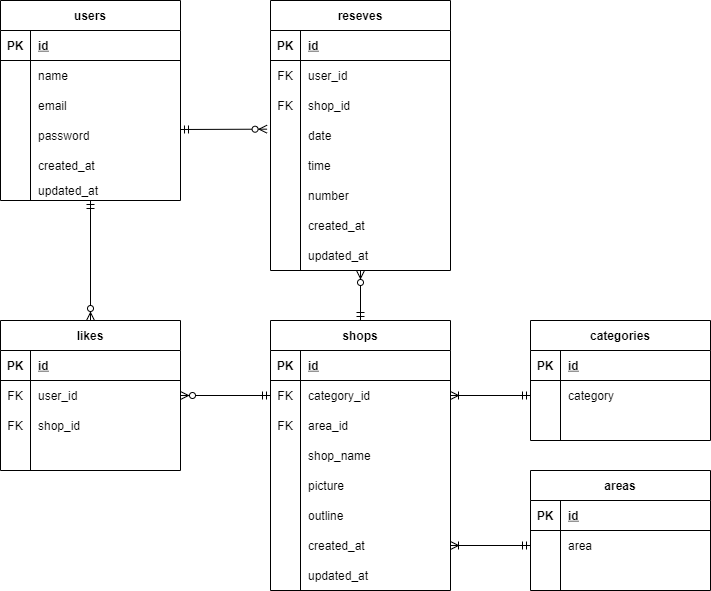
The draw.io diagram 20210920.drawio.png in ryo0709/20210920_er.png, before a commit. Source tidied: cells renumbered, new cells last; positions are measured from the earlier drawing's top-left corner, leaving out a move shared by most shapes.
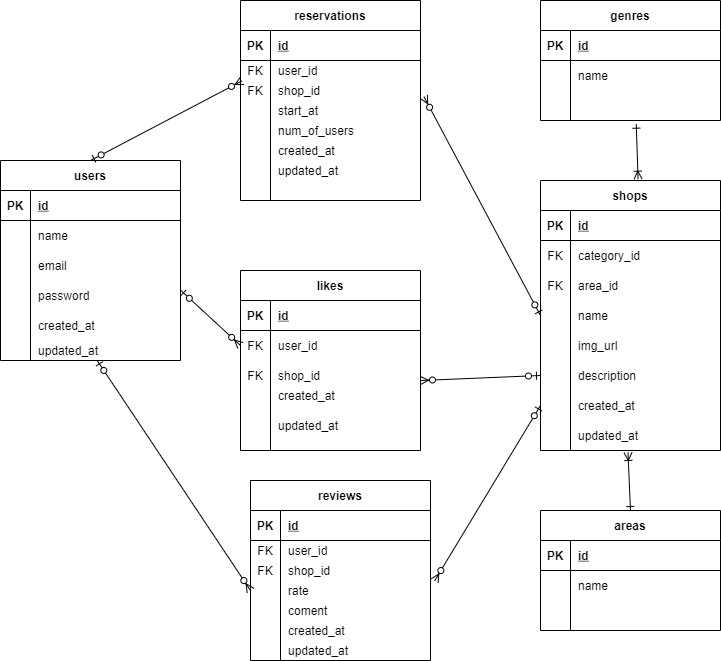
After the change.

Change to the diagram source:
```diff
@@ -5,3 +5,3 @@
     <mxCell id="2" value="users" style="shape=table;startSize=30;rowLines=0;fontStyle=1;align=center;" parent="1" vertex="1">
-      <mxGeometry width="180" height="200" as="geometry" />
+      <mxGeometry x="-10" y="160" width="180" height="200" as="geometry" />
     </mxCell>
@@ -61,4 +61,4 @@
     </mxCell>
-    <mxCell id="21" value="reseves" style="shape=table;startSize=30;rowLines=0;fontStyle=1;align=center;" parent="1" vertex="1">
-      <mxGeometry x="270" width="180" height="270" as="geometry" />
+    <mxCell id="21" value="reservations" style="shape=table;startSize=30;rowLines=0;fontStyle=1;align=center;" parent="1" vertex="1">
+      <mxGeometry x="230" width="180" height="200" as="geometry" />
     </mxCell>
@@ -74,66 +74,57 @@
     <mxCell id="25" style="shape=partialRectangle;fillColor=none;top=0;left=0;bottom=0;right=0;points=[[0,0.5],[1,0.5]];portConstraint=eastwest;" parent="21" vertex="1">
-      <mxGeometry y="60" width="180" height="30" as="geometry" />
+      <mxGeometry y="60" width="180" height="20" as="geometry" />
     </mxCell>
     <mxCell id="26" value="FK" style="shape=partialRectangle;fillColor=none;top=0;left=0;bottom=0;right=0;overflow=hidden;" parent="25" vertex="1">
-      <mxGeometry width="30" height="30" as="geometry" />
+      <mxGeometry width="30" height="20" as="geometry" />
     </mxCell>
     <mxCell id="27" value="user_id" style="shape=partialRectangle;fillColor=none;top=0;left=0;bottom=0;right=0;align=left;spacingLeft=6;overflow=hidden;" parent="25" vertex="1">
-      <mxGeometry x="30" width="150" height="30" as="geometry" />
+      <mxGeometry x="30" width="150" height="20" as="geometry" />
     </mxCell>
     <mxCell id="28" style="shape=partialRectangle;fillColor=none;top=0;left=0;bottom=0;right=0;" parent="21" vertex="1">
-      <mxGeometry y="90" width="180" height="30" as="geometry" />
+      <mxGeometry y="80" width="180" height="20" as="geometry" />
     </mxCell>
     <mxCell id="29" value="FK" style="shape=partialRectangle;fillColor=none;top=0;left=0;bottom=0;right=0;overflow=hidden;" parent="28" vertex="1">
-      <mxGeometry width="30" height="30" as="geometry" />
+      <mxGeometry width="30" height="20" as="geometry" />
     </mxCell>
     <mxCell id="30" value="shop_id" style="shape=partialRectangle;fillColor=none;top=0;left=0;bottom=0;right=0;align=left;spacingLeft=6;overflow=hidden;" parent="28" vertex="1">
-      <mxGeometry x="30" width="150" height="30" as="geometry" />
+      <mxGeometry x="30" width="150" height="20" as="geometry" />
     </mxCell>
     <mxCell id="31" style="shape=partialRectangle;fillColor=none;top=0;left=0;bottom=0;right=0;points=[[0,0.5],[1,0.5]];portConstraint=eastwest;" parent="21" vertex="1">
-      <mxGeometry y="120" width="180" height="30" as="geometry" />
+      <mxGeometry y="100" width="180" height="20" as="geometry" />
     </mxCell>
     <mxCell id="32" style="shape=partialRectangle;fillColor=none;top=0;left=0;bottom=0;right=0;overflow=hidden;" parent="31" vertex="1">
-      <mxGeometry width="30" height="30" as="geometry" />
+      <mxGeometry width="30" height="20" as="geometry" />
     </mxCell>
-    <mxCell id="33" value="date" style="shape=partialRectangle;fillColor=none;top=0;left=0;bottom=0;right=0;align=left;spacingLeft=6;overflow=hidden;" parent="31" vertex="1">
-      <mxGeometry x="30" width="150" height="30" as="geometry" />
+    <mxCell id="33" value="start_at" style="shape=partialRectangle;fillColor=none;top=0;left=0;bottom=0;right=0;align=left;spacingLeft=6;overflow=hidden;" parent="31" vertex="1">
+      <mxGeometry x="30" width="150" height="20" as="geometry" />
     </mxCell>
     <mxCell id="34" style="shape=partialRectangle;fillColor=none;top=0;left=0;bottom=0;right=0;" parent="21" vertex="1">
-      <mxGeometry y="150" width="180" height="30" as="geometry" />
+      <mxGeometry y="120" width="180" height="20" as="geometry" />
     </mxCell>
     <mxCell id="35" style="shape=partialRectangle;fillColor=none;top=0;left=0;bottom=0;right=0;overflow=hidden;" parent="34" vertex="1">
-      <mxGeometry width="30" height="30" as="geometry" />
+      <mxGeometry width="30" height="20" as="geometry" />
     </mxCell>
-    <mxCell id="36" value="time" style="shape=partialRectangle;fillColor=none;top=0;left=0;bottom=0;right=0;align=left;spacingLeft=6;overflow=hidden;" parent="34" vertex="1">
-      <mxGeometry x="30" width="150" height="30" as="geometry" />
+    <mxCell id="36" value="num_of_users" style="shape=partialRectangle;fillColor=none;top=0;left=0;bottom=0;right=0;align=left;spacingLeft=6;overflow=hidden;" parent="34" vertex="1">
+      <mxGeometry x="30" width="150" height="20" as="geometry" />
     </mxCell>
-    <mxCell id="37" style="shape=partialRectangle;fillColor=none;top=0;left=0;bottom=0;right=0;" parent="21" vertex="1">
-      <mxGeometry y="180" width="180" height="30" as="geometry" />
-    </mxCell>
-    <mxCell id="38" style="shape=partialRectangle;fillColor=none;top=0;left=0;bottom=0;right=0;overflow=hidden;" parent="37" vertex="1">
-      <mxGeometry width="30" height="30" as="geometry" />
-    </mxCell>
-    <mxCell id="39" value="number" style="shape=partialRectangle;fillColor=none;top=0;left=0;bottom=0;right=0;align=left;spacingLeft=6;overflow=hidden;" parent="37" vertex="1">
-      <mxGeometry x="30" width="150" height="30" as="geometry" />
-    </mxCell>
     <mxCell id="40" style="shape=partialRectangle;fillColor=none;top=0;left=0;bottom=0;right=0;" parent="21" vertex="1">
-      <mxGeometry y="210" width="180" height="30" as="geometry" />
+      <mxGeometry y="140" width="180" height="20" as="geometry" />
     </mxCell>
     <mxCell id="41" style="shape=partialRectangle;fillColor=none;top=0;left=0;bottom=0;right=0;overflow=hidden;" parent="40" vertex="1">
-      <mxGeometry width="30" height="30" as="geometry" />
+      <mxGeometry width="30" height="20" as="geometry" />
     </mxCell>
     <mxCell id="42" value="created_at" style="shape=partialRectangle;fillColor=none;top=0;left=0;bottom=0;right=0;align=left;spacingLeft=6;overflow=hidden;" parent="40" vertex="1">
-      <mxGeometry x="30" width="150" height="30" as="geometry" />
+      <mxGeometry x="30" width="150" height="20" as="geometry" />
     </mxCell>
     <mxCell id="43" style="shape=partialRectangle;fillColor=none;top=0;left=0;bottom=0;right=0;" parent="21" vertex="1">
-      <mxGeometry y="240" width="180" height="30" as="geometry" />
+      <mxGeometry y="160" width="180" height="20" as="geometry" />
     </mxCell>
     <mxCell id="44" style="shape=partialRectangle;fillColor=none;top=0;left=0;bottom=0;right=0;overflow=hidden;" parent="43" vertex="1">
-      <mxGeometry width="30" height="30" as="geometry" />
+      <mxGeometry width="30" height="20" as="geometry" />
     </mxCell>
     <mxCell id="45" value="updated_at" style="shape=partialRectangle;fillColor=none;top=0;left=0;bottom=0;right=0;align=left;spacingLeft=6;overflow=hidden;" parent="43" vertex="1">
-      <mxGeometry x="30" width="150" height="30" as="geometry" />
+      <mxGeometry x="30" width="150" height="20" as="geometry" />
     </mxCell>
     <mxCell id="46" value="shops" style="shape=table;startSize=30;rowLines=0;fontStyle=1;align=center;" parent="1" vertex="1">
-      <mxGeometry x="270" y="320" width="180" height="270" as="geometry" />
+      <mxGeometry x="530" y="180" width="180" height="270" as="geometry" />
     </mxCell>
@@ -172,3 +163,3 @@
     </mxCell>
-    <mxCell id="58" value="shop_name" style="shape=partialRectangle;fillColor=none;top=0;left=0;bottom=0;right=0;align=left;spacingLeft=6;overflow=hidden;" parent="56" vertex="1">
+    <mxCell id="58" value="name" style="shape=partialRectangle;fillColor=none;top=0;left=0;bottom=0;right=0;align=left;spacingLeft=6;overflow=hidden;" parent="56" vertex="1">
       <mxGeometry x="30" width="150" height="30" as="geometry" />
@@ -181,3 +172,3 @@
     </mxCell>
-    <mxCell id="61" value="picture" style="shape=partialRectangle;fillColor=none;top=0;left=0;bottom=0;right=0;align=left;spacingLeft=6;overflow=hidden;" parent="59" vertex="1">
+    <mxCell id="61" value="img_url" style="shape=partialRectangle;fillColor=none;top=0;left=0;bottom=0;right=0;align=left;spacingLeft=6;overflow=hidden;" parent="59" vertex="1">
       <mxGeometry x="30" width="150" height="30" as="geometry" />
@@ -190,3 +181,3 @@
     </mxCell>
-    <mxCell id="64" value="outline" style="shape=partialRectangle;fillColor=none;top=0;left=0;bottom=0;right=0;align=left;spacingLeft=6;overflow=hidden;" parent="62" vertex="1">
+    <mxCell id="64" value="description" style="shape=partialRectangle;fillColor=none;top=0;left=0;bottom=0;right=0;align=left;spacingLeft=6;overflow=hidden;" parent="62" vertex="1">
       <mxGeometry x="30" width="150" height="30" as="geometry" />
@@ -212,3 +203,3 @@
     <mxCell id="71" value="areas" style="shape=table;startSize=30;rowLines=0;fontStyle=1;align=center;" parent="1" vertex="1">
-      <mxGeometry x="530" y="470" width="180" height="120" as="geometry" />
+      <mxGeometry x="530" y="510" width="180" height="120" as="geometry" />
     </mxCell>
@@ -229,3 +220,3 @@
     </mxCell>
-    <mxCell id="77" value="area" style="shape=partialRectangle;fillColor=none;top=0;left=0;bottom=0;right=0;align=left;spacingLeft=6;overflow=hidden;" parent="75" vertex="1">
+    <mxCell id="77" value="name" style="shape=partialRectangle;fillColor=none;top=0;left=0;bottom=0;right=0;align=left;spacingLeft=6;overflow=hidden;" parent="75" vertex="1">
       <mxGeometry x="30" width="150" height="30" as="geometry" />
@@ -242,3 +233,3 @@
     <mxCell id="81" value="likes" style="shape=table;startSize=30;rowLines=0;fontStyle=1;align=center;" parent="1" vertex="1">
-      <mxGeometry y="320" width="180" height="150" as="geometry" />
+      <mxGeometry x="230" y="270" width="180" height="180" as="geometry" />
     </mxCell>
@@ -274,10 +265,19 @@
     </mxCell>
-    <mxCell id="92" style="shape=partialRectangle;fillColor=none;top=0;left=0;bottom=0;right=0;overflow=hidden;" parent="91" vertex="1">
-      <mxGeometry width="30" height="30" as="geometry" />
-    </mxCell>
-    <mxCell id="93" style="shape=partialRectangle;fillColor=none;top=0;left=0;bottom=0;right=0;align=left;spacingLeft=6;overflow=hidden;" parent="91" vertex="1">
-      <mxGeometry x="30" width="150" height="30" as="geometry" />
-    </mxCell>
+    <mxCell id="110" style="shape=partialRectangle;fillColor=none;top=0;left=0;bottom=0;right=0;overflow=hidden;" parent="91" vertex="1">
+      <mxGeometry width="30" height="30" as="geometry" />
+    </mxCell>
+    <mxCell id="111" style="shape=partialRectangle;fillColor=none;top=0;left=0;bottom=0;right=0;align=left;spacingLeft=6;overflow=hidden;" parent="91" vertex="1">
+      <mxGeometry x="30" width="150" height="30" as="geometry" />
+    </mxCell>
+    <mxCell id="112" style="shape=partialRectangle;fillColor=none;top=0;left=0;bottom=0;right=0;" parent="81" vertex="1">
+      <mxGeometry y="150" width="180" height="30" as="geometry" />
+    </mxCell>
+    <mxCell id="113" style="shape=partialRectangle;fillColor=none;top=0;left=0;bottom=0;right=0;overflow=hidden;" parent="112" vertex="1">
+      <mxGeometry width="30" height="30" as="geometry" />
+    </mxCell>
+    <mxCell id="114" style="shape=partialRectangle;fillColor=none;top=0;left=0;bottom=0;right=0;align=left;spacingLeft=6;overflow=hidden;" parent="112" vertex="1">
+      <mxGeometry x="30" width="150" height="30" as="geometry" />
+    </mxCell>
-    <mxCell id="94" value="categories" style="shape=table;startSize=30;rowLines=0;fontStyle=1;align=center;" parent="1" vertex="1">
-      <mxGeometry x="530" y="320" width="180" height="120" as="geometry" />
+    <mxCell id="94" value="genres" style="shape=table;startSize=30;rowLines=0;fontStyle=1;align=center;" parent="1" vertex="1">
+      <mxGeometry x="530" width="180" height="120" as="geometry" />
     </mxCell>
@@ -298,3 +298,3 @@
     </mxCell>
-    <mxCell id="100" value="category" style="shape=partialRectangle;fillColor=none;top=0;left=0;bottom=0;right=0;align=left;spacingLeft=6;overflow=hidden;" parent="98" vertex="1">
+    <mxCell id="100" value="name" style="shape=partialRectangle;fillColor=none;top=0;left=0;bottom=0;right=0;align=left;spacingLeft=6;overflow=hidden;" parent="98" vertex="1">
       <mxGeometry x="30" width="150" height="30" as="geometry" />
@@ -310,24 +310,114 @@
     </mxCell>
-    <mxCell id="104" style="endArrow=ERzeroToMany;html=1;rounded=0;entryX=0.5;entryY=0;entryDx=0;entryDy=0;startArrow=ERmandOne;startFill=0;endFill=1;" parent="1" edge="1" source="18" target="81">
-      <mxGeometry relative="1" as="geometry" />
-    </mxCell>
-    <mxCell id="105" style="endArrow=ERzeroToMany;html=1;rounded=0;startArrow=ERmandOne;startFill=0;endFill=1;exitX=0;exitY=0.5;exitDx=0;exitDy=0;entryX=1;entryY=0.5;entryDx=0;entryDy=0;" parent="1" edge="1" source="50" target="85">
-      <mxGeometry relative="1" as="geometry" />
-    </mxCell>
-    <mxCell id="106" style="endArrow=ERmandOne;html=1;rounded=0;entryX=0;entryY=0.5;entryDx=0;entryDy=0;startArrow=ERoneToMany;startFill=0;endFill=0;exitX=1;exitY=0.5;exitDx=0;exitDy=0;" parent="1" edge="1" source="65" target="75">
-      <mxGeometry relative="1" as="geometry" />
-    </mxCell>
-    <mxCell id="107" style="endArrow=ERmandOne;html=1;rounded=0;entryX=0;entryY=0.5;entryDx=0;entryDy=0;startArrow=ERoneToMany;startFill=0;endFill=0;exitX=1;exitY=0.5;exitDx=0;exitDy=0;" parent="1" edge="1" source="50" target="98">
-      <mxGeometry relative="1" as="geometry" />
-    </mxCell>
-    <mxCell id="108" style="endArrow=ERmandOne;html=1;rounded=0;startArrow=ERzeroToMany;startFill=1;endFill=0;entryX=0.5;entryY=0;entryDx=0;entryDy=0;" parent="1" edge="1" target="46">
-      <mxGeometry relative="1" as="geometry">
-        <mxPoint x="360" y="270" as="sourcePoint" />
-      </mxGeometry>
-    </mxCell>
-    <mxCell id="109" style="endArrow=ERzeroToMany;html=1;rounded=0;startArrow=ERmandOne;startFill=0;endFill=1;entryX=-0.019;entryY=0.289;entryDx=0;entryDy=0;entryPerimeter=0;" parent="1" edge="1" target="31">
-      <mxGeometry relative="1" as="geometry">
-        <mxPoint x="180" y="129" as="sourcePoint" />
-      </mxGeometry>
-    </mxCell>
+    <mxCell id="115" value="reviews" style="shape=table;startSize=30;rowLines=0;fontStyle=1;align=center;" parent="1" vertex="1">
+      <mxGeometry x="240" y="480" width="180" height="180" as="geometry" />
+    </mxCell>
+    <mxCell id="116" style="shape=partialRectangle;fillColor=none;top=0;left=0;bottom=1;right=0;" parent="115" vertex="1">
+      <mxGeometry y="30" width="180" height="30" as="geometry" />
+    </mxCell>
+    <mxCell id="117" value="PK" style="shape=partialRectangle;fillColor=none;top=0;left=0;bottom=0;right=0;fontStyle=1;overflow=hidden;" parent="116" vertex="1">
+      <mxGeometry width="30" height="30" as="geometry" />
+    </mxCell>
+    <mxCell id="118" value="id" style="shape=partialRectangle;fillColor=none;top=0;left=0;bottom=0;right=0;align=left;spacingLeft=6;fontStyle=5;overflow=hidden;" parent="116" vertex="1">
+      <mxGeometry x="30" width="150" height="30" as="geometry" />
+    </mxCell>
+    <mxCell id="119" style="shape=partialRectangle;fillColor=none;top=0;left=0;bottom=0;right=0;" parent="115" vertex="1">
+      <mxGeometry y="60" width="180" height="20" as="geometry" />
+    </mxCell>
+    <mxCell id="120" value="FK" style="shape=partialRectangle;fillColor=none;top=0;left=0;bottom=0;right=0;overflow=hidden;" parent="119" vertex="1">
+      <mxGeometry width="30" height="20" as="geometry" />
+    </mxCell>
+    <mxCell id="121" value="user_id" style="shape=partialRectangle;fillColor=none;top=0;left=0;bottom=0;right=0;align=left;spacingLeft=6;overflow=hidden;" parent="119" vertex="1">
+      <mxGeometry x="30" width="150" height="20" as="geometry" />
+    </mxCell>
+    <mxCell id="122" style="shape=partialRectangle;fillColor=none;top=0;left=0;bottom=0;right=0;" parent="115" vertex="1">
+      <mxGeometry y="80" width="180" height="20" as="geometry" />
+    </mxCell>
+    <mxCell id="123" value="FK" style="shape=partialRectangle;fillColor=none;top=0;left=0;bottom=0;right=0;overflow=hidden;" parent="122" vertex="1">
+      <mxGeometry width="30" height="20" as="geometry" />
+    </mxCell>
+    <mxCell id="124" value="shop_id" style="shape=partialRectangle;fillColor=none;top=0;left=0;bottom=0;right=0;align=left;spacingLeft=6;overflow=hidden;" parent="122" vertex="1">
+      <mxGeometry x="30" width="150" height="20" as="geometry" />
+    </mxCell>
+    <mxCell id="125" style="shape=partialRectangle;fillColor=none;top=0;left=0;bottom=0;right=0;points=[[0,0.5],[1,0.5]];portConstraint=eastwest;" parent="115" vertex="1">
+      <mxGeometry y="100" width="180" height="20" as="geometry" />
+    </mxCell>
+    <mxCell id="126" style="shape=partialRectangle;fillColor=none;top=0;left=0;bottom=0;right=0;overflow=hidden;" parent="125" vertex="1">
+      <mxGeometry width="30" height="20" as="geometry" />
+    </mxCell>
+    <mxCell id="127" value="rate" style="shape=partialRectangle;fillColor=none;top=0;left=0;bottom=0;right=0;align=left;spacingLeft=6;overflow=hidden;" parent="125" vertex="1">
+      <mxGeometry x="30" width="150" height="20" as="geometry" />
+    </mxCell>
+    <mxCell id="128" style="shape=partialRectangle;fillColor=none;top=0;left=0;bottom=0;right=0;" parent="115" vertex="1">
+      <mxGeometry y="120" width="180" height="20" as="geometry" />
+    </mxCell>
+    <mxCell id="129" style="shape=partialRectangle;fillColor=none;top=0;left=0;bottom=0;right=0;overflow=hidden;" parent="128" vertex="1">
+      <mxGeometry width="30" height="20" as="geometry" />
+    </mxCell>
+    <mxCell id="130" value="coment" style="shape=partialRectangle;fillColor=none;top=0;left=0;bottom=0;right=0;align=left;spacingLeft=6;overflow=hidden;" parent="128" vertex="1">
+      <mxGeometry x="30" width="150" height="20" as="geometry" />
+    </mxCell>
+    <mxCell id="131" style="shape=partialRectangle;fillColor=none;top=0;left=0;bottom=0;right=0;" parent="115" vertex="1">
+      <mxGeometry y="140" width="180" height="20" as="geometry" />
+    </mxCell>
+    <mxCell id="132" style="shape=partialRectangle;fillColor=none;top=0;left=0;bottom=0;right=0;overflow=hidden;" parent="131" vertex="1">
+      <mxGeometry width="30" height="20" as="geometry" />
+    </mxCell>
+    <mxCell id="133" value="created_at" style="shape=partialRectangle;fillColor=none;top=0;left=0;bottom=0;right=0;align=left;spacingLeft=6;overflow=hidden;" parent="131" vertex="1">
+      <mxGeometry x="30" width="150" height="20" as="geometry" />
+    </mxCell>
+    <mxCell id="134" style="shape=partialRectangle;fillColor=none;top=0;left=0;bottom=0;right=0;" parent="115" vertex="1">
+      <mxGeometry y="160" width="180" height="20" as="geometry" />
+    </mxCell>
+    <mxCell id="135" style="shape=partialRectangle;fillColor=none;top=0;left=0;bottom=0;right=0;overflow=hidden;" parent="134" vertex="1">
+      <mxGeometry width="30" height="20" as="geometry" />
+    </mxCell>
+    <mxCell id="136" value="updated_at" style="shape=partialRectangle;fillColor=none;top=0;left=0;bottom=0;right=0;align=left;spacingLeft=6;overflow=hidden;" parent="134" vertex="1">
+      <mxGeometry x="30" width="150" height="20" as="geometry" />
+    </mxCell>
+    <mxCell id="137" style="shape=partialRectangle;fillColor=none;top=0;left=0;bottom=0;right=0;" parent="1" vertex="1">
+      <mxGeometry x="230" y="380" width="180" height="30" as="geometry" />
+    </mxCell>
+    <mxCell id="138" style="shape=partialRectangle;fillColor=none;top=0;left=0;bottom=0;right=0;overflow=hidden;" parent="137" vertex="1">
+      <mxGeometry width="30" height="30" as="geometry" />
+    </mxCell>
+    <mxCell id="139" value="created_at" style="shape=partialRectangle;fillColor=none;top=0;left=0;bottom=0;right=0;align=left;spacingLeft=6;overflow=hidden;" parent="137" vertex="1">
+      <mxGeometry x="30" width="150" height="30" as="geometry" />
+    </mxCell>
+    <mxCell id="140" style="shape=partialRectangle;fillColor=none;top=0;left=0;bottom=0;right=0;" parent="1" vertex="1">
+      <mxGeometry x="230" y="410" width="180" height="30" as="geometry" />
+    </mxCell>
+    <mxCell id="141" style="shape=partialRectangle;fillColor=none;top=0;left=0;bottom=0;right=0;overflow=hidden;" parent="140" vertex="1">
+      <mxGeometry width="30" height="30" as="geometry" />
+    </mxCell>
+    <mxCell id="142" value="updated_at" style="shape=partialRectangle;fillColor=none;top=0;left=0;bottom=0;right=0;align=left;spacingLeft=6;overflow=hidden;" parent="140" vertex="1">
+      <mxGeometry x="30" width="150" height="30" as="geometry" />
+    </mxCell>
+    <mxCell id="143" style="endArrow=ERzeroToOne;html=1;rounded=0;entryX=0;entryY=0.5;entryDx=0;entryDy=0;startArrow=ERzeroToMany;startFill=1;endFill=1;" parent="1" edge="1" target="62">
+      <mxGeometry relative="1" as="geometry">
+        <mxPoint x="410" y="380" as="sourcePoint" />
+      </mxGeometry>
+    </mxCell>
+    <mxCell id="144" style="endArrow=ERzeroToOne;html=1;rounded=0;entryX=0;entryY=0.5;entryDx=0;entryDy=0;startArrow=ERzeroToMany;startFill=1;endFill=1;exitX=1.023;exitY=0.017;exitDx=0;exitDy=0;exitPerimeter=0;" parent="1" edge="1" source="125" target="65">
+      <mxGeometry relative="1" as="geometry" />
+    </mxCell>
+    <mxCell id="145" style="endArrow=ERzeroToOne;html=1;rounded=0;entryX=0;entryY=0.5;entryDx=0;entryDy=0;startArrow=ERzeroToMany;startFill=1;endFill=1;exitX=1.019;exitY=-0.191;exitDx=0;exitDy=0;exitPerimeter=0;" parent="1" edge="1" source="31" target="56">
+      <mxGeometry relative="1" as="geometry" />
+    </mxCell>
+    <mxCell id="146" style="endArrow=ERoneToMany;html=1;rounded=0;exitX=0.532;exitY=1.123;exitDx=0;exitDy=0;exitPerimeter=0;entryX=0.542;entryY=-0.005;entryDx=0;entryDy=0;entryPerimeter=0;startArrow=ERone;startFill=0;endFill=0;" parent="1" edge="1" source="101" target="46">
+      <mxGeometry relative="1" as="geometry" />
+    </mxCell>
+    <mxCell id="147" style="endArrow=ERoneToMany;html=1;rounded=0;exitX=0.5;exitY=0;exitDx=0;exitDy=0;entryX=0.486;entryY=1.067;entryDx=0;entryDy=0;entryPerimeter=0;startArrow=ERone;startFill=0;endFill=0;" parent="1" edge="1" source="71" target="68">
+      <mxGeometry relative="1" as="geometry" />
+    </mxCell>
+    <mxCell id="148" style="endArrow=ERzeroToOne;html=1;rounded=0;entryX=0.5;entryY=0;entryDx=0;entryDy=0;startArrow=ERzeroToMany;startFill=1;endFill=1;exitX=0.009;exitY=1.017;exitDx=0;exitDy=0;exitPerimeter=0;" parent="1" edge="1" source="25" target="2">
+      <mxGeometry relative="1" as="geometry" />
+    </mxCell>
+    <mxCell id="149" style="endArrow=ERzeroToOne;html=1;rounded=0;startArrow=ERzeroToMany;startFill=1;endFill=1;exitX=0;exitY=0.5;exitDx=0;exitDy=0;" parent="1" edge="1" source="125" target="18">
+      <mxGeometry relative="1" as="geometry" />
+    </mxCell>
+    <mxCell id="150" style="endArrow=ERzeroToOne;html=1;rounded=0;entryX=0.5;entryY=0;entryDx=0;entryDy=0;startArrow=ERzeroToMany;startFill=1;endFill=1;exitX=0;exitY=0.5;exitDx=0;exitDy=0;" parent="1" edge="1" source="85">
+      <mxGeometry relative="1" as="geometry">
+        <mxPoint x="170" y="289.7" as="targetPoint" />
+      </mxGeometry>
+    </mxCell>
   </root>
```
